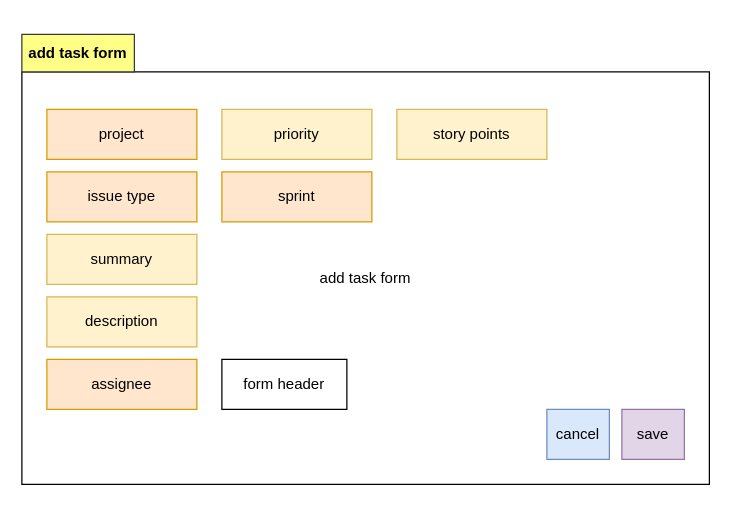
Earlier version of the draw.io diagram page "add form" (2 of 5) of docs/2 design/design sample.drawio (cosminbucur/final-ro23). Source tidied: cells renumbered, new cells numbered last; positions are measured from the earlier drawing's top-left corner, leaving out a move shared by most shapes. Both pictures are drawn from the tidied source at 125%, with x=0, y=0 at pixel (21, 34).
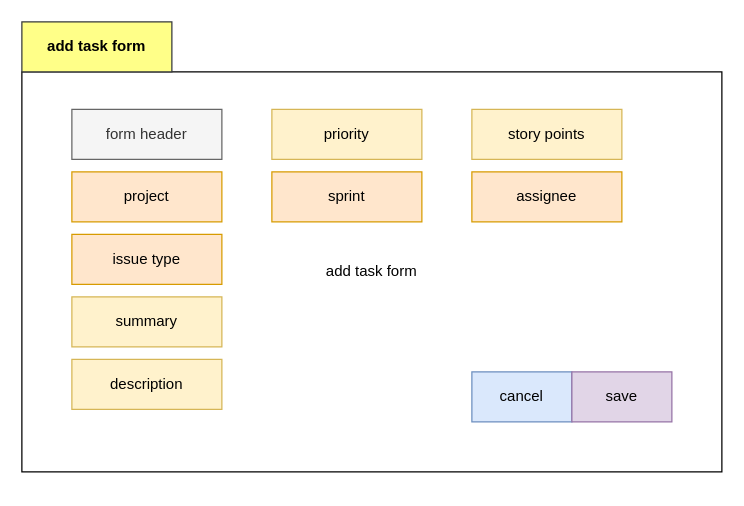
Above is the later version.

Diff of the diagram source:
```diff
@@
 <mxGraphModel>
   <root>
     <mxCell id="0" />
     <mxCell id="1" parent="0" />
     <mxCell id="2" value="add task form" style="rounded=0;whiteSpace=wrap;html=1;" parent="1" vertex="1">
-      <mxGeometry y="30" width="550" height="330" as="geometry" />
+      <mxGeometry y="30" width="560" height="320" as="geometry" />
     </mxCell>
     <mxCell id="3" value="project" style="rounded=0;whiteSpace=wrap;html=1;fillColor=#ffe6cc;strokeColor=#d79b00;" parent="1" vertex="1">
-      <mxGeometry x="20" y="60" width="120" height="40" as="geometry" />
+      <mxGeometry x="40" y="110" width="120" height="40" as="geometry" />
     </mxCell>
     <mxCell id="4" value="issue type" style="rounded=0;whiteSpace=wrap;html=1;fillColor=#ffe6cc;strokeColor=#d79b00;" parent="1" vertex="1">
-      <mxGeometry x="20" y="110" width="120" height="40" as="geometry" />
+      <mxGeometry x="40" y="160" width="120" height="40" as="geometry" />
     </mxCell>
     <mxCell id="5" value="summary" style="rounded=0;whiteSpace=wrap;html=1;fillColor=#fff2cc;strokeColor=#d6b656;" parent="1" vertex="1">
-      <mxGeometry x="20" y="160" width="120" height="40" as="geometry" />
+      <mxGeometry x="40" y="210" width="120" height="40" as="geometry" />
     </mxCell>
     <mxCell id="6" value="description" style="rounded=0;whiteSpace=wrap;html=1;fillColor=#fff2cc;strokeColor=#d6b656;" parent="1" vertex="1">
-      <mxGeometry x="20" y="210" width="120" height="40" as="geometry" />
+      <mxGeometry x="40" y="260" width="120" height="40" as="geometry" />
     </mxCell>
     <mxCell id="7" value="assignee" style="rounded=0;whiteSpace=wrap;html=1;fillColor=#ffe6cc;strokeColor=#d79b00;" parent="1" vertex="1">
-      <mxGeometry x="20" y="260" width="120" height="40" as="geometry" />
+      <mxGeometry x="360" y="110" width="120" height="40" as="geometry" />
     </mxCell>
     <mxCell id="8" value="priority" style="rounded=0;whiteSpace=wrap;html=1;fillColor=#fff2cc;strokeColor=#d6b656;" parent="1" vertex="1">
-      <mxGeometry x="160" y="60" width="120" height="40" as="geometry" />
+      <mxGeometry x="200" y="60" width="120" height="40" as="geometry" />
     </mxCell>
     <mxCell id="9" value="sprint" style="rounded=0;whiteSpace=wrap;html=1;fillColor=#ffe6cc;strokeColor=#d79b00;" parent="1" vertex="1">
-      <mxGeometry x="160" y="110" width="120" height="40" as="geometry" />
+      <mxGeometry x="200" y="110" width="120" height="40" as="geometry" />
     </mxCell>
     <mxCell id="10" value="story points" style="rounded=0;whiteSpace=wrap;html=1;fillColor=#fff2cc;strokeColor=#d6b656;" parent="1" vertex="1">
-      <mxGeometry x="300" y="60" width="120" height="40" as="geometry" />
+      <mxGeometry x="360" y="60" width="120" height="40" as="geometry" />
     </mxCell>
     <mxCell id="11" value="cancel" style="rounded=0;whiteSpace=wrap;html=1;fillColor=#dae8fc;strokeColor=#6c8ebf;" parent="1" vertex="1">
-      <mxGeometry x="420" y="300" width="50" height="40" as="geometry" />
+      <mxGeometry x="360" y="270" width="80" height="40" as="geometry" />
     </mxCell>
     <mxCell id="12" value="save" style="rounded=0;whiteSpace=wrap;html=1;fillColor=#e1d5e7;strokeColor=#9673a6;" parent="1" vertex="1">
-      <mxGeometry x="480" y="300" width="50" height="40" as="geometry" />
+      <mxGeometry x="440" y="270" width="80" height="40" as="geometry" />
     </mxCell>
-    <mxCell id="13" value="form header" style="rounded=0;whiteSpace=wrap;html=1;" parent="1" vertex="1">
-      <mxGeometry x="160" y="260" width="100" height="40" as="geometry" />
+    <mxCell id="13" value="form header" style="rounded=0;whiteSpace=wrap;html=1;fillColor=#f5f5f5;strokeColor=#666666;fontColor=#333333;" parent="1" vertex="1">
+      <mxGeometry x="40" y="60" width="120" height="40" as="geometry" />
     </mxCell>
     <mxCell id="14" value="add task form" style="rounded=0;whiteSpace=wrap;html=1;fillColor=#ffff88;strokeColor=#36393d;fontStyle=1;" parent="1" vertex="1">
-      <mxGeometry width="90" height="30" as="geometry" />
+      <mxGeometry y="-10" width="120" height="40" as="geometry" />
     </mxCell>
   </root>
 </mxGraphModel>
```
